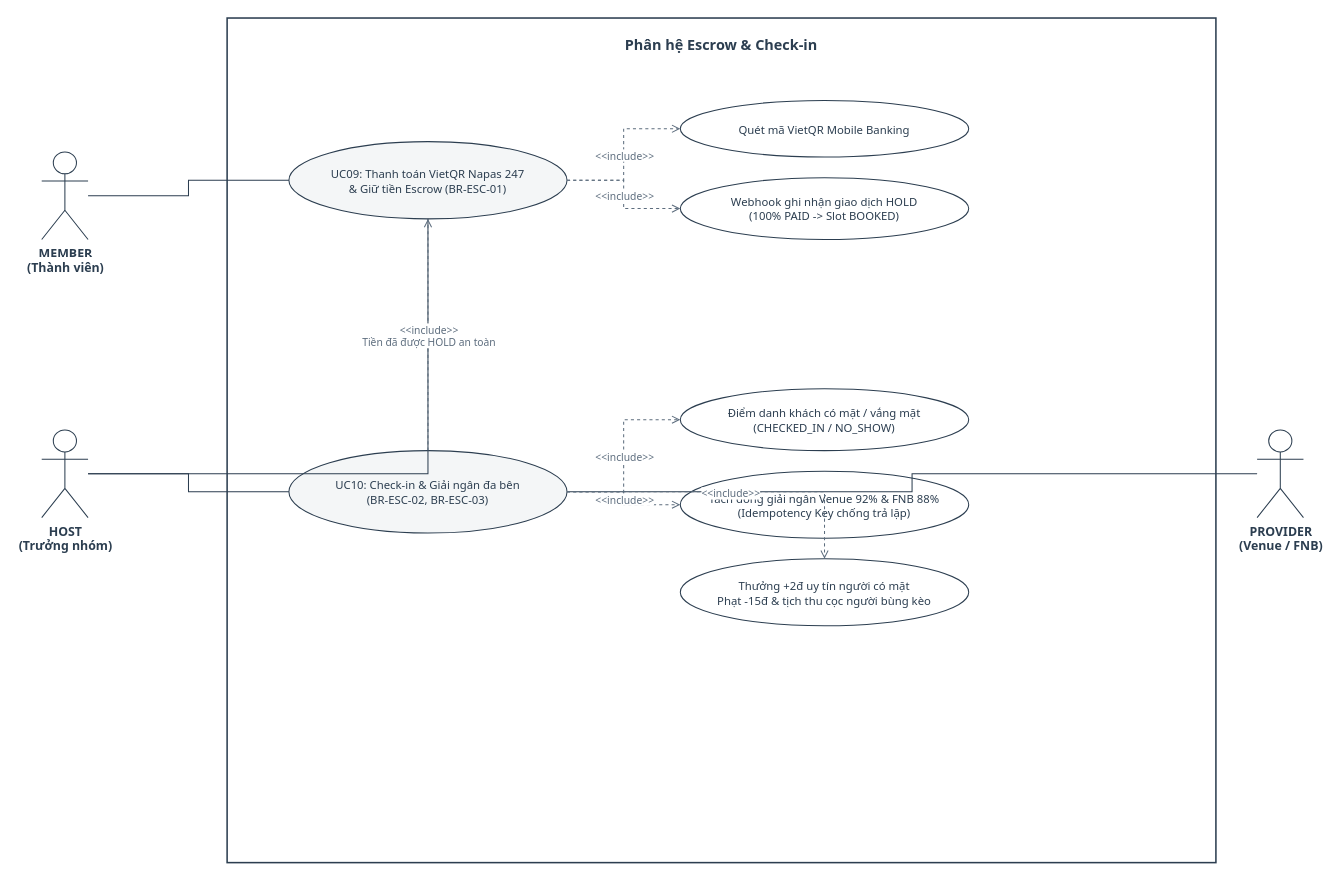
Before: page "Phân hệ Escrow & Check-in" (4 of 5) of docs/diagrams/UseCase.drawio in Des1r3d/WebKD, a draw.io diagram. Source tidied: cells renumbered, new cells numbered last; positions are measured from the earlier drawing's top-left corner, leaving out a move shared by most shapes. Both pictures are drawn from the tidied source at 103%, with x=0, y=0 at pixel (41, 18).
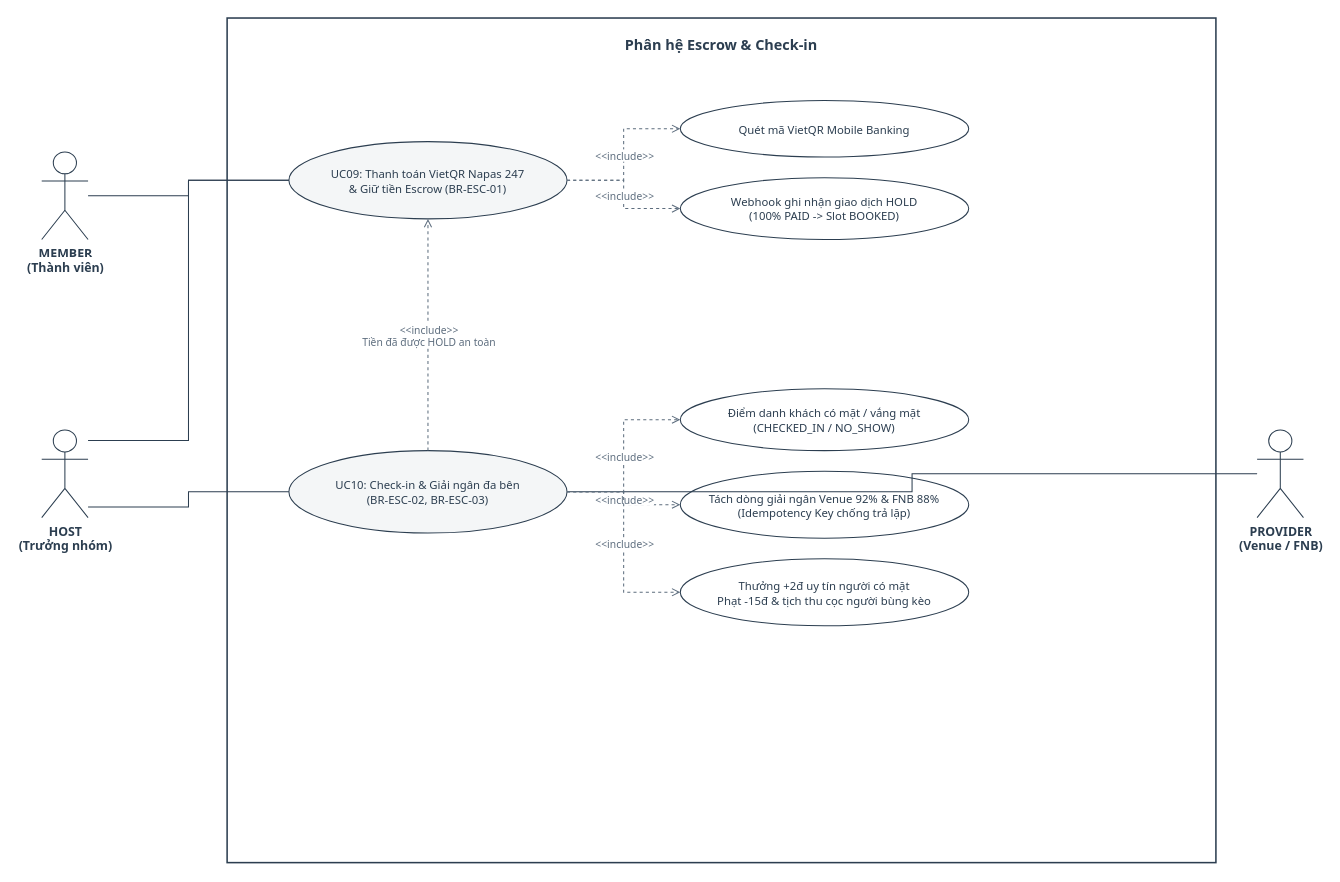
Above is the later version.

The change refers to these unchanged cells:
```xml
<mxCell id="3" value="MEMBER&#10;(Thành viên)" style="shape=umlActor;verticalLabelPosition=bottom;verticalAlign=top;html=1;outlineConnect=0;fontFamily=Tahoma;fontSize=12;fontStyle=1;fillColor=#FFFFFF;strokeColor=#2C3E50;fontColor=#2C3E50;" parent="1" vertex="1">
  <mxGeometry y="130" width="45" height="85" as="geometry" />
</mxCell>
<mxCell id="4" value="HOST&#10;(Trưởng nhóm)" style="shape=umlActor;verticalLabelPosition=bottom;verticalAlign=top;html=1;outlineConnect=0;fontFamily=Tahoma;fontSize=12;fontStyle=1;fillColor=#FFFFFF;strokeColor=#2C3E50;fontColor=#2C3E50;" parent="1" vertex="1">
  <mxGeometry y="400" width="45" height="85" as="geometry" />
</mxCell>
<mxCell id="5" value="PROVIDER&#10;(Venue / FNB)" style="shape=umlActor;verticalLabelPosition=bottom;verticalAlign=top;html=1;outlineConnect=0;fontFamily=Tahoma;fontSize=12;fontStyle=1;fillColor=#FFFFFF;strokeColor=#2C3E50;fontColor=#2C3E50;" parent="1" vertex="1">
  <mxGeometry x="1180" y="400" width="45" height="85" as="geometry" />
</mxCell>
<mxCell id="6" value="UC09: Thanh toán VietQR Napas 247&#10;&amp; Giữ tiền Escrow (BR-ESC-01)" style="ellipse;whiteSpace=wrap;html=1;fillColor=#F4F6F7;strokeColor=#2C3E50;strokeWidth=1;fontFamily=Tahoma;fontSize=11;fontColor=#2C3E50;align=center;" parent="1" vertex="1">
  <mxGeometry x="240" y="120" width="270" height="75" as="geometry" />
</mxCell>
<mxCell id="7" value="Quét mã VietQR Mobile Banking" style="ellipse;whiteSpace=wrap;html=1;fillColor=#FFFFFF;strokeColor=#2C3E50;strokeWidth=1;fontFamily=Tahoma;fontSize=11;fontColor=#2C3E50;align=center;" parent="1" vertex="1">
  <mxGeometry x="620" y="80" width="280" height="55" as="geometry" />
</mxCell>
<mxCell id="8" value="Webhook ghi nhận giao dịch HOLD&#10;(100% PAID -&gt; Slot BOOKED)" style="ellipse;whiteSpace=wrap;html=1;fillColor=#FFFFFF;strokeColor=#2C3E50;strokeWidth=1;fontFamily=Tahoma;fontSize=11;fontColor=#2C3E50;align=center;" parent="1" vertex="1">
  <mxGeometry x="620" y="155" width="280" height="60" as="geometry" />
</mxCell>
<mxCell id="9" value="UC10: Check-in &amp; Giải ngân đa bên&#10;(BR-ESC-02, BR-ESC-03)" style="ellipse;whiteSpace=wrap;html=1;fillColor=#F4F6F7;strokeColor=#2C3E50;strokeWidth=1;fontFamily=Tahoma;fontSize=11;fontColor=#2C3E50;align=center;" parent="1" vertex="1">
  <mxGeometry x="240" y="420" width="270" height="80" as="geometry" />
</mxCell>
<mxCell id="10" value="Điểm danh khách có mặt / vắng mặt&#10;(CHECKED_IN / NO_SHOW)" style="ellipse;whiteSpace=wrap;html=1;fillColor=#FFFFFF;strokeColor=#2C3E50;strokeWidth=1;fontFamily=Tahoma;fontSize=11;fontColor=#2C3E50;align=center;" parent="1" vertex="1">
  <mxGeometry x="620" y="360" width="280" height="60" as="geometry" />
</mxCell>
<mxCell id="11" value="Tách dòng giải ngân Venue 92% &amp; FNB 88%&#10;(Idempotency Key chống trả lặp)" style="ellipse;whiteSpace=wrap;html=1;fillColor=#FFFFFF;strokeColor=#2C3E50;strokeWidth=1;fontFamily=Tahoma;fontSize=11;fontColor=#2C3E50;align=center;" parent="1" vertex="1">
  <mxGeometry x="620" y="440" width="280" height="65" as="geometry" />
</mxCell>
<mxCell id="12" value="Thưởng +2đ uy tín người có mặt&#10;Phạt -15đ &amp; tịch thu cọc người bùng kèo" style="ellipse;whiteSpace=wrap;html=1;fillColor=#FFFFFF;strokeColor=#2C3E50;strokeWidth=1;fontFamily=Tahoma;fontSize=11;fontColor=#2C3E50;align=center;" parent="1" vertex="1">
  <mxGeometry x="620" y="525" width="280" height="65" as="geometry" />
</mxCell>
```

The edit, as a diff of the source:
```diff
@@
-    <mxCell id="13" style="endArrow=none;html=1;rounded=0;edgeStyle=orthogonalEdgeStyle;jettySize=auto;strokeColor=#2C3E50;strokeWidth=1;fontFamily=Tahoma;" parent="1" edge="1" source="3" target="6">
+    <mxCell id="13" style="endArrow=none;html=1;rounded=0;edgeStyle=orthogonalEdgeStyle;jettySize=auto;strokeColor=#2C3E50;strokeWidth=1;fontFamily=Tahoma;exitX=1;exitY=0.500;entryX=0;entryY=0.5;" parent="1" edge="1" source="3" target="6">
       <mxGeometry relative="1" as="geometry" />
     </mxCell>
-    <mxCell id="14" style="endArrow=none;html=1;rounded=0;edgeStyle=orthogonalEdgeStyle;jettySize=auto;strokeColor=#2C3E50;strokeWidth=1;fontFamily=Tahoma;" parent="1" edge="1" source="4" target="6">
+    <mxCell id="14" style="endArrow=none;html=1;rounded=0;edgeStyle=orthogonalEdgeStyle;jettySize=auto;strokeColor=#2C3E50;strokeWidth=1;fontFamily=Tahoma;exitX=1;exitY=0.120;entryX=0;entryY=0.5;" parent="1" edge="1" source="4" target="6">
       <mxGeometry relative="1" as="geometry" />
     </mxCell>
-    <mxCell id="15" style="endArrow=none;html=1;rounded=0;edgeStyle=orthogonalEdgeStyle;jettySize=auto;strokeColor=#2C3E50;strokeWidth=1;fontFamily=Tahoma;" parent="1" edge="1" source="4" target="9">
+    <mxCell id="15" style="endArrow=none;html=1;rounded=0;edgeStyle=orthogonalEdgeStyle;jettySize=auto;strokeColor=#2C3E50;strokeWidth=1;fontFamily=Tahoma;exitX=1;exitY=0.880;entryX=0;entryY=0.5;" parent="1" edge="1" source="4" target="9">
       <mxGeometry relative="1" as="geometry" />
     </mxCell>
-    <mxCell id="16" style="endArrow=none;html=1;rounded=0;edgeStyle=orthogonalEdgeStyle;jettySize=auto;strokeColor=#2C3E50;strokeWidth=1;fontFamily=Tahoma;" parent="1" edge="1" source="5" target="9">
+    <mxCell id="16" style="endArrow=none;html=1;rounded=0;edgeStyle=orthogonalEdgeStyle;jettySize=auto;strokeColor=#2C3E50;strokeWidth=1;fontFamily=Tahoma;exitX=0;exitY=0.500;entryX=1;entryY=0.5;" parent="1" edge="1" source="5" target="9">
       <mxGeometry relative="1" as="geometry" />
     </mxCell>
-    <mxCell id="17" style="endArrow=open;dashed=1;html=1;rounded=0;endFill=0;edgeStyle=orthogonalEdgeStyle;jettySize=auto;strokeColor=#5D6D7E;strokeWidth=1;fontFamily=Tahoma;" parent="1" edge="1" source="9" target="6">
+    <mxCell id="17" style="endArrow=open;dashed=1;html=1;rounded=0;endFill=0;edgeStyle=orthogonalEdgeStyle;jettySize=auto;strokeColor=#5D6D7E;strokeWidth=1;fontFamily=Tahoma;exitX=0.5;exitY=0;entryX=0.5;entryY=1;" parent="1" edge="1" source="9" target="6">
       <mxGeometry relative="1" as="geometry" />
     </mxCell>
@@
-    <mxCell id="19" style="endArrow=open;dashed=1;html=1;rounded=0;endFill=0;edgeStyle=orthogonalEdgeStyle;jettySize=auto;strokeColor=#5D6D7E;strokeWidth=1;fontFamily=Tahoma;" parent="1" edge="1" source="6" target="7">
+    <mxCell id="19" style="endArrow=open;dashed=1;html=1;rounded=0;endFill=0;edgeStyle=orthogonalEdgeStyle;jettySize=auto;strokeColor=#5D6D7E;strokeWidth=1;fontFamily=Tahoma;exitX=1;exitY=0.5;entryX=0;entryY=0.5;" parent="1" edge="1" source="6" target="7">
       <mxGeometry relative="1" as="geometry" />
     </mxCell>
@@
-    <mxCell id="21" style="endArrow=open;dashed=1;html=1;rounded=0;endFill=0;edgeStyle=orthogonalEdgeStyle;jettySize=auto;strokeColor=#5D6D7E;strokeWidth=1;fontFamily=Tahoma;" parent="1" edge="1" source="6" target="8">
+    <mxCell id="21" style="endArrow=open;dashed=1;html=1;rounded=0;endFill=0;edgeStyle=orthogonalEdgeStyle;jettySize=auto;strokeColor=#5D6D7E;strokeWidth=1;fontFamily=Tahoma;exitX=1;exitY=0.5;entryX=0;entryY=0.5;" parent="1" edge="1" source="6" target="8">
       <mxGeometry relative="1" as="geometry" />
     </mxCell>
@@
-    <mxCell id="23" style="endArrow=open;dashed=1;html=1;rounded=0;endFill=0;edgeStyle=orthogonalEdgeStyle;jettySize=auto;strokeColor=#5D6D7E;strokeWidth=1;fontFamily=Tahoma;" parent="1" edge="1" source="9" target="10">
+    <mxCell id="23" style="endArrow=open;dashed=1;html=1;rounded=0;endFill=0;edgeStyle=orthogonalEdgeStyle;jettySize=auto;strokeColor=#5D6D7E;strokeWidth=1;fontFamily=Tahoma;exitX=1;exitY=0.5;entryX=0;entryY=0.5;" parent="1" edge="1" source="9" target="10">
       <mxGeometry relative="1" as="geometry" />
     </mxCell>
@@
-    <mxCell id="25" style="endArrow=open;dashed=1;html=1;rounded=0;endFill=0;edgeStyle=orthogonalEdgeStyle;jettySize=auto;strokeColor=#5D6D7E;strokeWidth=1;fontFamily=Tahoma;" parent="1" edge="1" source="9" target="11">
+    <mxCell id="25" style="endArrow=open;dashed=1;html=1;rounded=0;endFill=0;edgeStyle=orthogonalEdgeStyle;jettySize=auto;strokeColor=#5D6D7E;strokeWidth=1;fontFamily=Tahoma;exitX=1;exitY=0.5;entryX=0;entryY=0.5;" parent="1" edge="1" source="9" target="11">
       <mxGeometry relative="1" as="geometry" />
     </mxCell>
@@
-    <mxCell id="27" style="endArrow=open;dashed=1;html=1;rounded=0;endFill=0;edgeStyle=orthogonalEdgeStyle;jettySize=auto;strokeColor=#5D6D7E;strokeWidth=1;fontFamily=Tahoma;" parent="1" edge="1" source="9" target="12">
+    <mxCell id="27" style="endArrow=open;dashed=1;html=1;rounded=0;endFill=0;edgeStyle=orthogonalEdgeStyle;jettySize=auto;strokeColor=#5D6D7E;strokeWidth=1;fontFamily=Tahoma;exitX=1;exitY=0.5;entryX=0;entryY=0.5;" parent="1" edge="1" source="9" target="12">
       <mxGeometry relative="1" as="geometry" />
     </mxCell>
```
